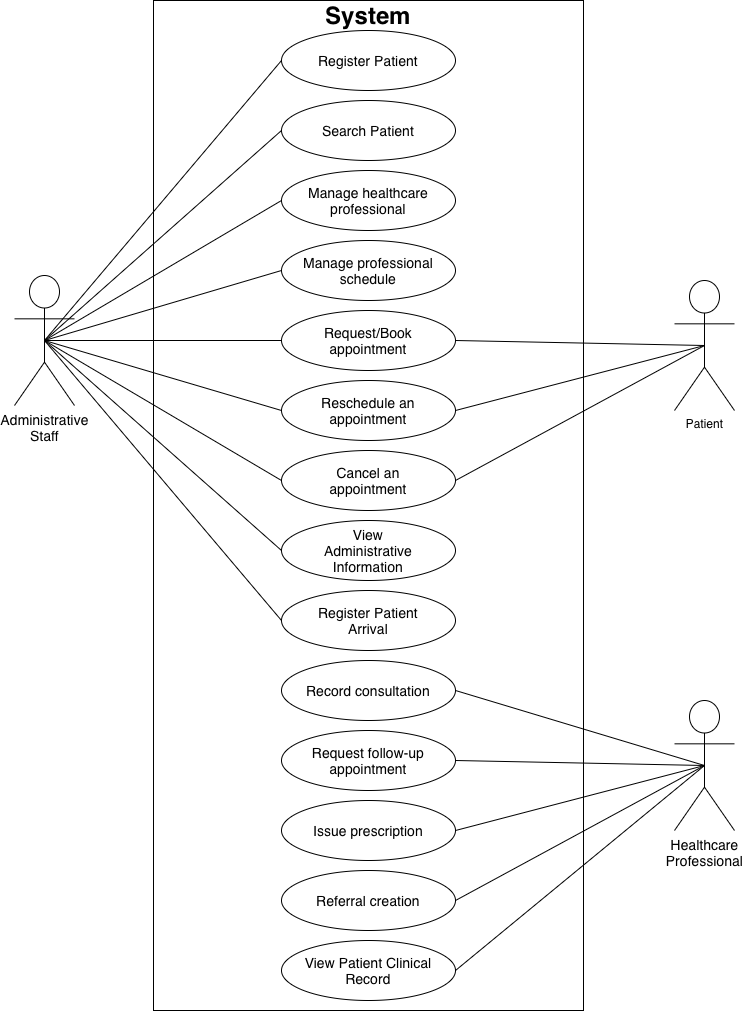
Before: artifacts/use-case-diagram.png, a diagram exported from draw.io (zaifnatra/SOEN342). Source tidied: cells renumbered, new cells last; positions are measured from the earlier drawing's top-left corner, leaving out a move shared by most shapes.
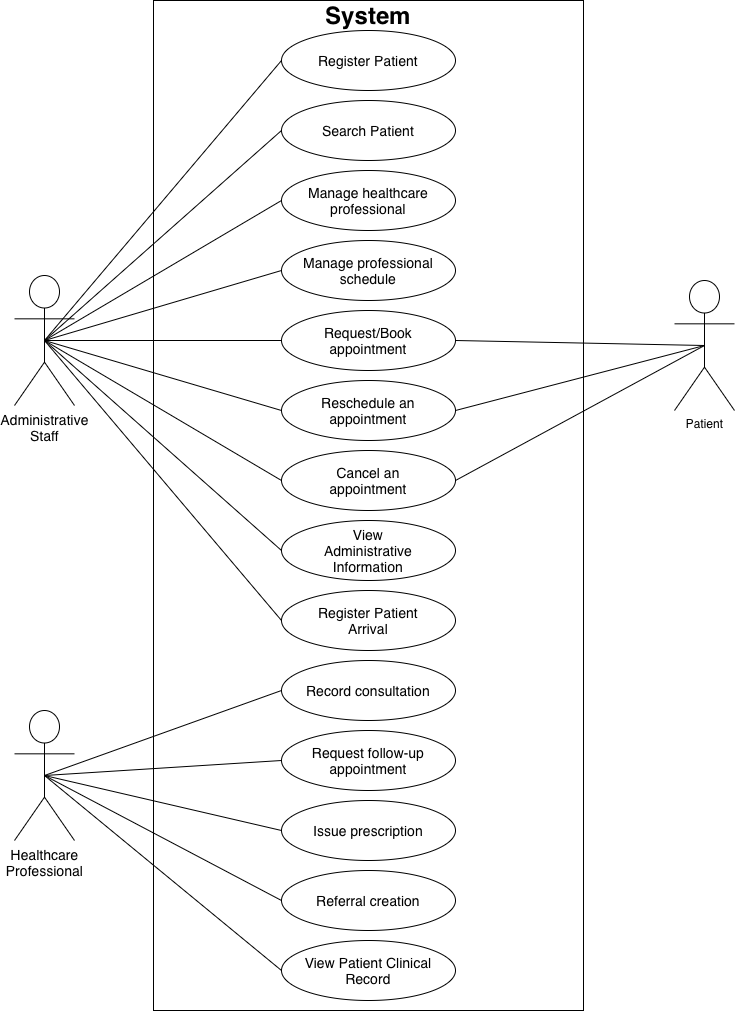
Above is the later version.

Commit message:
Updated use case diagram and contracts postconditions

The edit, as a diff of the source:
```diff
@@ -62,20 +62,20 @@
     <mxCell id="21" value="Patient" style="shape=umlActor;verticalLabelPosition=bottom;verticalAlign=top;html=1;outlineConnect=0;" parent="1" vertex="1">
       <mxGeometry x="660" y="280" width="60" height="130" as="geometry" />
     </mxCell>
-    <mxCell id="22" style="rounded=0;jettySize=auto;html=1;exitX=0.5;exitY=0.5;exitDx=0;exitDy=0;exitPerimeter=0;entryX=1;entryY=0.5;entryDx=0;entryDy=0;endArrow=none;endFill=0;" parent="1" edge="1" source="26" target="6">
+    <mxCell id="22" style="rounded=0;jettySize=auto;html=1;exitX=0.5;exitY=0.5;exitDx=0;exitDy=0;exitPerimeter=0;entryX=0;entryY=0.5;entryDx=0;entryDy=0;endArrow=none;endFill=0;" parent="1" edge="1" source="26" target="6">
       <mxGeometry relative="1" as="geometry" />
     </mxCell>
-    <mxCell id="23" style="rounded=0;jettySize=auto;html=1;exitX=0.5;exitY=0.5;exitDx=0;exitDy=0;exitPerimeter=0;entryX=1;entryY=0.5;entryDx=0;entryDy=0;endArrow=none;endFill=0;" parent="1" edge="1" source="26" target="10">
+    <mxCell id="23" style="rounded=0;jettySize=auto;html=1;exitX=0.5;exitY=0.5;exitDx=0;exitDy=0;exitPerimeter=0;entryX=0;entryY=0.5;entryDx=0;entryDy=0;endArrow=none;endFill=0;" parent="1" edge="1" source="26" target="10">
       <mxGeometry relative="1" as="geometry" />
     </mxCell>
-    <mxCell id="24" style="rounded=0;jettySize=auto;html=1;exitX=0.5;exitY=0.5;exitDx=0;exitDy=0;exitPerimeter=0;entryX=1;entryY=0.5;entryDx=0;entryDy=0;endArrow=none;endFill=0;" parent="1" edge="1" source="26" target="7">
+    <mxCell id="24" style="rounded=0;jettySize=auto;html=1;exitX=0.5;exitY=0.5;exitDx=0;exitDy=0;exitPerimeter=0;entryX=0;entryY=0.5;entryDx=0;entryDy=0;endArrow=none;endFill=0;" parent="1" edge="1" source="26" target="7">
       <mxGeometry relative="1" as="geometry" />
     </mxCell>
-    <mxCell id="25" style="rounded=0;jettySize=auto;html=1;exitX=0.5;exitY=0.5;exitDx=0;exitDy=0;exitPerimeter=0;entryX=1;entryY=0.5;entryDx=0;entryDy=0;endArrow=none;endFill=0;" parent="1" edge="1" source="26" target="13">
+    <mxCell id="25" style="rounded=0;jettySize=auto;html=1;exitX=0.5;exitY=0.5;exitDx=0;exitDy=0;exitPerimeter=0;entryX=0;entryY=0.5;entryDx=0;entryDy=0;endArrow=none;endFill=0;" parent="1" edge="1" source="26" target="13">
       <mxGeometry relative="1" as="geometry" />
     </mxCell>
     <mxCell id="26" value="&lt;span style=&quot;font-size: 14px;&quot;&gt;Healthcare&lt;/span&gt;&lt;div&gt;&lt;span style=&quot;font-size: 14px;&quot;&gt;Professional&lt;/span&gt;&lt;/div&gt;" style="shape=umlActor;verticalLabelPosition=bottom;verticalAlign=top;html=1;outlineConnect=0;" parent="1" vertex="1">
-      <mxGeometry x="660" y="700" width="60" height="130" as="geometry" />
+      <mxGeometry y="710" width="60" height="130" as="geometry" />
     </mxCell>
     <mxCell id="27" style="rounded=0;jettySize=auto;html=1;exitX=0.5;exitY=0.5;exitDx=0;exitDy=0;exitPerimeter=0;entryX=0;entryY=0.5;entryDx=0;entryDy=0;endArrow=none;endFill=0;" parent="1" edge="1" source="36" target="4">
       <mxGeometry relative="1" as="geometry" />
@@ -107,7 +107,7 @@
     <mxCell id="36" value="&lt;font style=&quot;font-size: 14px;&quot;&gt;Administrative&lt;/font&gt;&lt;div&gt;&lt;font style=&quot;font-size: 14px;&quot;&gt;Staff&lt;/font&gt;&lt;/div&gt;" style="shape=umlActor;verticalLabelPosition=bottom;verticalAlign=top;html=1;outlineConnect=0;" parent="1" vertex="1">
       <mxGeometry y="275" width="60" height="130" as="geometry" />
     </mxCell>
-    <mxCell id="37" style="rounded=0;jettySize=auto;html=1;exitX=1;exitY=0.5;exitDx=0;exitDy=0;entryX=0.5;entryY=0.5;entryDx=0;entryDy=0;entryPerimeter=0;endArrow=none;endFill=0;" parent="1" edge="1" source="5" target="26">
+    <mxCell id="37" style="rounded=0;jettySize=auto;html=1;exitX=0;exitY=0.5;exitDx=0;exitDy=0;entryX=0.5;entryY=0.5;entryDx=0;entryDy=0;entryPerimeter=0;endArrow=none;endFill=0;" parent="1" edge="1" source="5" target="26">
       <mxGeometry relative="1" as="geometry" />
     </mxCell>
     <mxCell id="38" style="edgeStyle=orthogonalEdgeStyle;rounded=0;orthogonalLoop=1;jettySize=auto;html=1;innerLoopWaypoints=1;exitX=0.5;exitY=1;exitDx=0;exitDy=0;defaultLabelBackgroundColor=page;" parent="1" edge="1" source="2" target="2">
```
